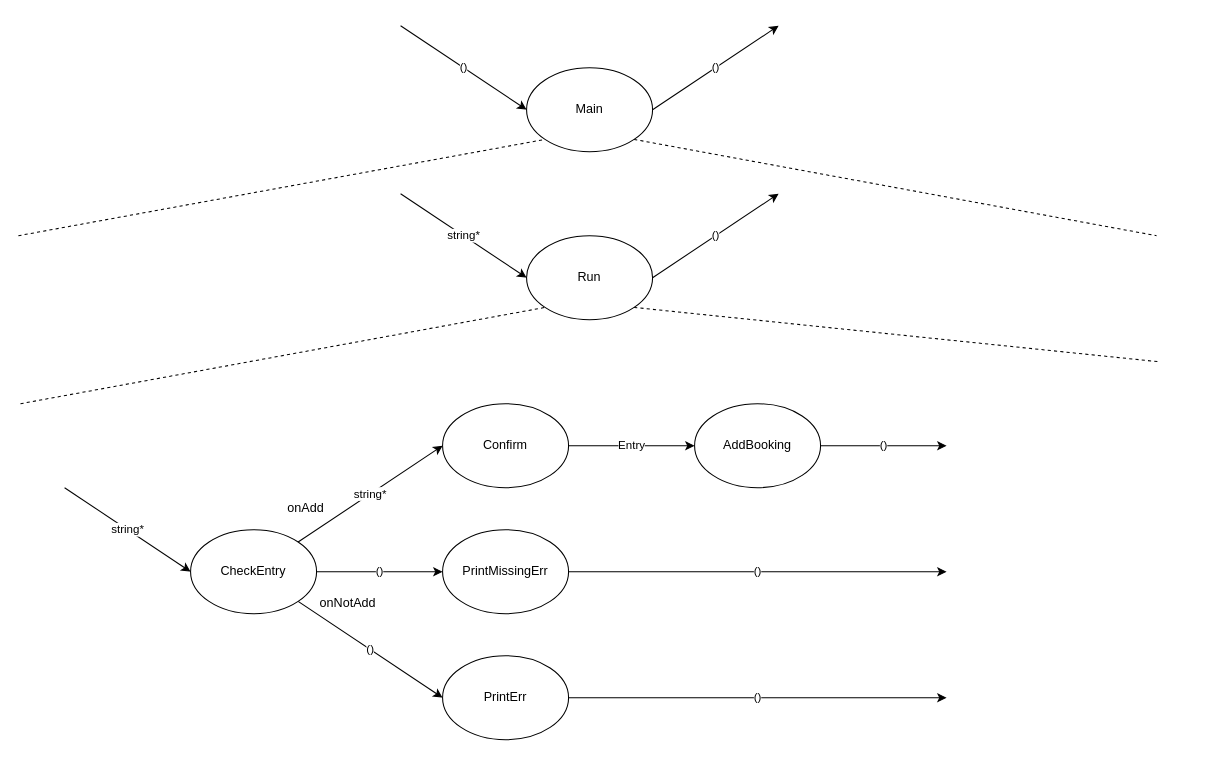
Braafisch/Systemarchitekturen-mit-.net keeps this draw.io diagram as aufgabe7_mit_FD_neu.docs/booking.drawio. Above is the earlier version. Source tidied: cells renumbered, new cells numbered last; positions are measured from the earlier drawing's top-left corner, leaving out a move shared by most shapes. Both pictures are drawn from the tidied source at 105%, with x=0, y=0 at pixel (18, 25).
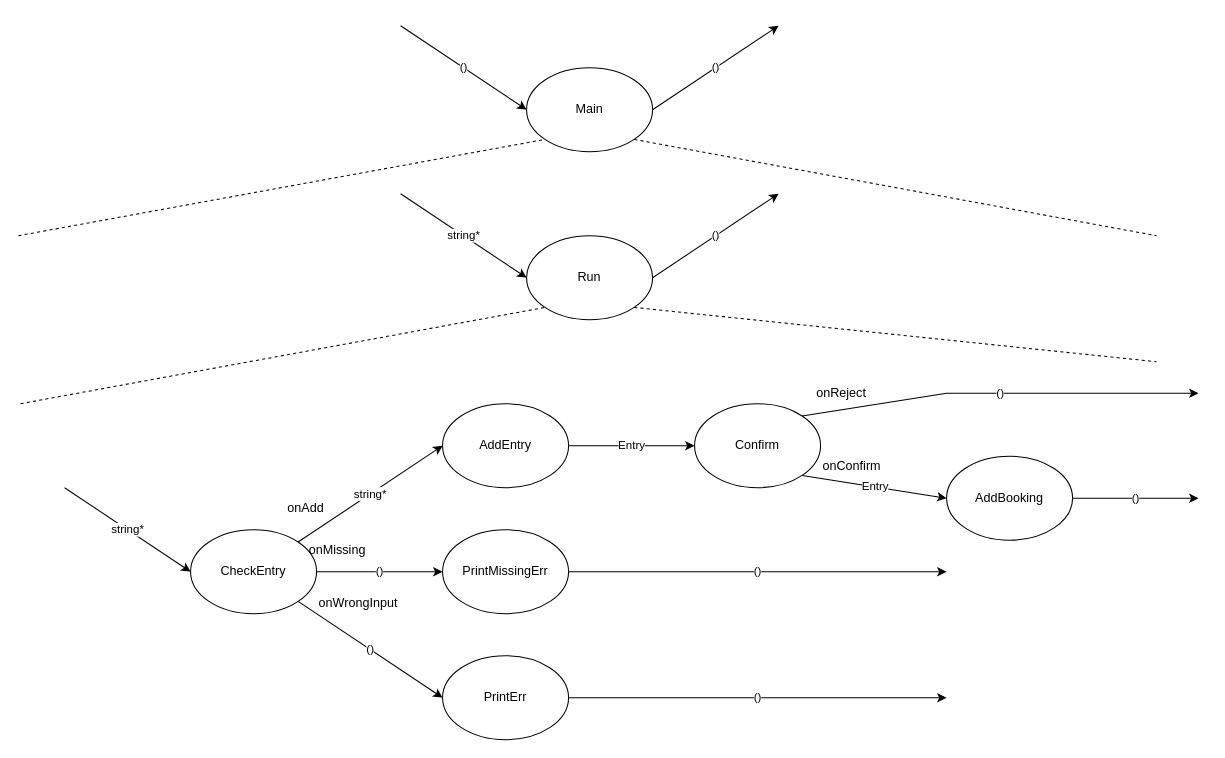
Above is the later version.

Unchanged cells that the change refers to:
```xml
<mxCell id="5" value="CheckEntry" style="ellipse;whiteSpace=wrap;html=1;" parent="1" vertex="1">
  <mxGeometry x="164" y="480" width="120" height="80" as="geometry" />
</mxCell>
<mxCell id="21" value="Run" style="ellipse;whiteSpace=wrap;html=1;" parent="1" vertex="1">
  <mxGeometry x="484" y="200" width="120" height="80" as="geometry" />
</mxCell>
```

Change to the diagram source:
```diff
@@
-    <mxCell id="2" value="string*" style="rounded=0;jettySize=auto;html=1;exitX=1;exitY=0;exitDx=0;exitDy=0;entryX=0;entryY=0.5;entryDx=0;entryDy=0;" parent="1" edge="1" source="5" target="7">
+    <mxCell id="2" value="string*" style="rounded=0;jettySize=auto;html=1;exitX=1;exitY=0;exitDx=0;exitDy=0;entryX=0;entryY=0.5;entryDx=0;entryDy=0;" parent="1" edge="1" source="5" target="29">
       <mxGeometry relative="1" as="geometry" />
     </mxCell>
@@
-    <mxCell id="6" value="Entry" style="edgeStyle=none;rounded=0;jettySize=auto;html=1;exitX=1;exitY=0.5;exitDx=0;exitDy=0;entryX=0;entryY=0.5;entryDx=0;entryDy=0;" parent="1" edge="1" source="7" target="15">
+    <mxCell id="6" value="Entry" style="edgeStyle=none;rounded=0;jettySize=auto;html=1;exitX=1;exitY=1;exitDx=0;exitDy=0;entryX=0;entryY=0.5;entryDx=0;entryDy=0;" parent="1" edge="1" source="7" target="15">
       <mxGeometry relative="1" as="geometry" />
     </mxCell>
+    <mxCell id="27" value="()" style="rounded=0;jettySize=auto;html=1;exitX=1;exitY=0;exitDx=0;exitDy=0;" parent="1" edge="1" source="7">
+      <mxGeometry relative="1" as="geometry">
+        <mxPoint x="1124" y="350" as="targetPoint" />
+        <Array as="points">
+          <mxPoint x="884" y="350" />
+        </Array>
+      </mxGeometry>
+    </mxCell>
     <mxCell id="7" value="Confirm" style="ellipse;whiteSpace=wrap;html=1;" parent="1" vertex="1">
-      <mxGeometry x="404" y="360" width="120" height="80" as="geometry" />
+      <mxGeometry x="644" y="360" width="120" height="80" as="geometry" />
     </mxCell>
@@
-    <mxCell id="11" value="onNotAdd" style="text;html=1;strokeColor=none;fillColor=none;align=center;verticalAlign=middle;whiteSpace=wrap;rounded=0;" parent="1" vertex="1">
-      <mxGeometry x="294" y="540" width="40" height="20" as="geometry" />
+    <mxCell id="11" value="onWrongInput" style="text;html=1;strokeColor=none;fillColor=none;align=center;verticalAlign=middle;whiteSpace=wrap;rounded=0;" parent="1" vertex="1">
+      <mxGeometry x="304" y="540" width="40" height="20" as="geometry" />
     </mxCell>
@@
     <mxCell id="14" value="()" style="edgeStyle=none;rounded=0;jettySize=auto;html=1;exitX=1;exitY=0.5;exitDx=0;exitDy=0;" parent="1" edge="1" source="15">
       <mxGeometry relative="1" as="geometry">
-        <mxPoint x="884" y="400" as="targetPoint" />
+        <mxPoint x="1124" y="450" as="targetPoint" />
       </mxGeometry>
     </mxCell>
     <mxCell id="15" value="AddBooking" style="ellipse;whiteSpace=wrap;html=1;" parent="1" vertex="1">
-      <mxGeometry x="644" y="360" width="120" height="80" as="geometry" />
+      <mxGeometry x="884" y="410" width="120" height="80" as="geometry" />
     </mxCell>
@@
     <mxCell id="26" style="endArrow=none;dashed=1;html=1;exitX=1;exitY=1;exitDx=0;exitDy=0;" parent="1" edge="1" source="21">
       <mxGeometry relative="1" as="geometry">
-        <mxPoint x="1086" y="320" as="targetPoint" />
+        <mxPoint x="1084" y="320" as="targetPoint" />
       </mxGeometry>
     </mxCell>
+    <mxCell id="28" value="Entry" style="edgeStyle=orthogonalEdgeStyle;rounded=0;jettySize=auto;html=1;exitX=1;exitY=0.5;exitDx=0;exitDy=0;entryX=0;entryY=0.5;entryDx=0;entryDy=0;" parent="1" edge="1" source="29" target="7">
+      <mxGeometry relative="1" as="geometry" />
+    </mxCell>
+    <mxCell id="29" value="AddEntry" style="ellipse;whiteSpace=wrap;html=1;" parent="1" vertex="1">
+      <mxGeometry x="404" y="360" width="120" height="80" as="geometry" />
+    </mxCell>
+    <mxCell id="30" value="onMissing" style="text;html=1;strokeColor=none;fillColor=none;align=center;verticalAlign=middle;whiteSpace=wrap;rounded=0;" parent="1" vertex="1">
+      <mxGeometry x="284" y="490" width="40" height="20" as="geometry" />
+    </mxCell>
+    <mxCell id="31" value="onReject" style="text;html=1;strokeColor=none;fillColor=none;align=center;verticalAlign=middle;whiteSpace=wrap;rounded=0;" parent="1" vertex="1">
+      <mxGeometry x="764" y="340" width="40" height="20" as="geometry" />
+    </mxCell>
+    <mxCell id="32" value="onConfirm" style="text;html=1;strokeColor=none;fillColor=none;align=center;verticalAlign=middle;whiteSpace=wrap;rounded=0;" parent="1" vertex="1">
+      <mxGeometry x="774" y="410" width="40" height="20" as="geometry" />
+    </mxCell>
```
